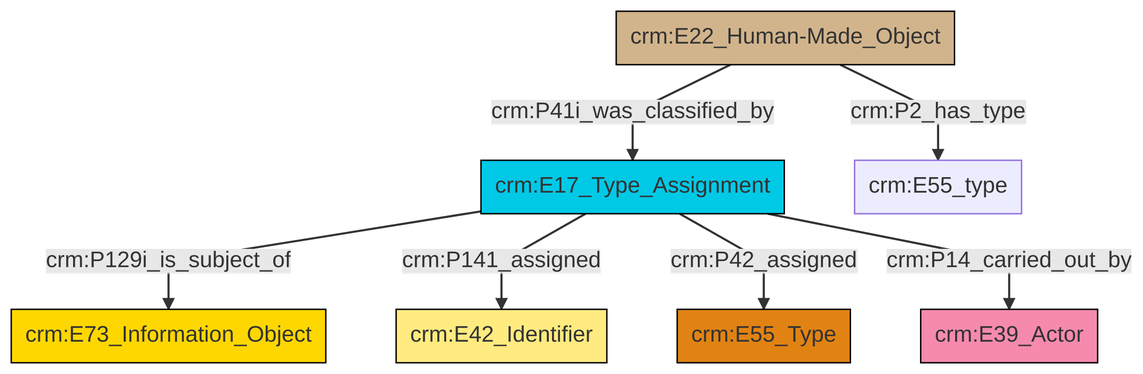
Earlier version of the Mermaid export et/builtWorkCSV/ttl/mmd/png/Built_Work_designation_status.png (swiss-art-research-net/reference-data-models). Its source is kept beside it as et/builtWorkCSV/ttl/mmd/Built_Work_designation_status.ttl.mmd.
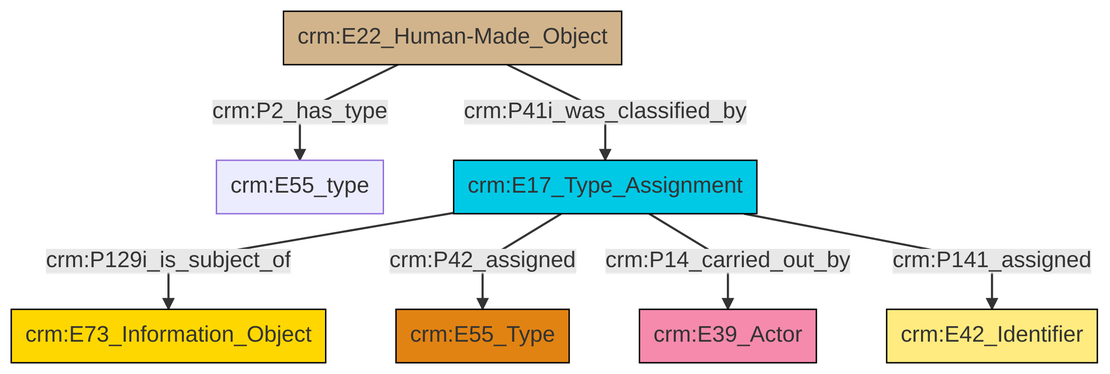
The same diagram one commit later.

The edit, as a diff of the source:
```diff
@@ -13,9 +13,9 @@
 classDef PC_Classes fill:#4ce600, stroke:#000000;
 classDef Multi fill:#cccccc,stroke:#000000;
 
-4["crm:E17_Type_Assignment"]:::Temporal_Entity -->|crm:P129i_is_subject_of| 2["crm:E73_Information_Object"]:::Conceptual_Object
-5["crm:E22_Human-Made_Object"]:::Physical_Thing -->|crm:P2_has_type| 8["crm:E55_type"]:::Default
-4["crm:E17_Type_Assignment"]:::Temporal_Entity -->|crm:P141_assigned| 9["crm:E42_Identifier"]:::Appellation
-4["crm:E17_Type_Assignment"]:::Temporal_Entity -->|crm:P42_assigned| 0["crm:E55_Type"]:::Type
-5["crm:E22_Human-Made_Object"]:::Physical_Thing -->|crm:P41i_was_classified_by| 4["crm:E17_Type_Assignment"]:::Temporal_Entity
-4["crm:E17_Type_Assignment"]:::Temporal_Entity -->|crm:P14_carried_out_by| 12["crm:E39_Actor"]:::Actor
+0["crm:E22_Human-Made_Object"]:::Physical_Thing -->|crm:P2_has_type| 1["crm:E55_type"]:::Default
+0["crm:E22_Human-Made_Object"]:::Physical_Thing -->|crm:P41i_was_classified_by| 4["crm:E17_Type_Assignment"]:::Temporal_Entity
+4["crm:E17_Type_Assignment"]:::Temporal_Entity -->|crm:P129i_is_subject_of| 5["crm:E73_Information_Object"]:::Conceptual_Object
+4["crm:E17_Type_Assignment"]:::Temporal_Entity -->|crm:P42_assigned| 6["crm:E55_Type"]:::Type
+4["crm:E17_Type_Assignment"]:::Temporal_Entity -->|crm:P14_carried_out_by| 2["crm:E39_Actor"]:::Actor
+4["crm:E17_Type_Assignment"]:::Temporal_Entity -->|crm:P141_assigned| 7["crm:E42_Identifier"]:::Appellation
```
